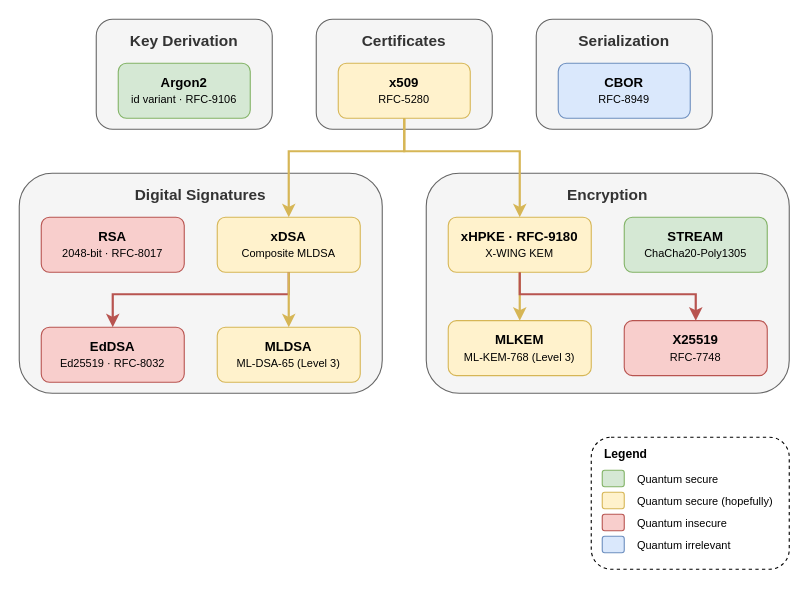
Earlier version of the draw.io diagram docs/overview.drawio (dark-bio/crypto-rs). Source tidied: cells renumbered, new cells numbered last; positions are measured from the earlier drawing's top-left corner, leaving out a move shared by most shapes. Both pictures are drawn from the tidied source at 110%, with x=0, y=0 at pixel (19, 19).
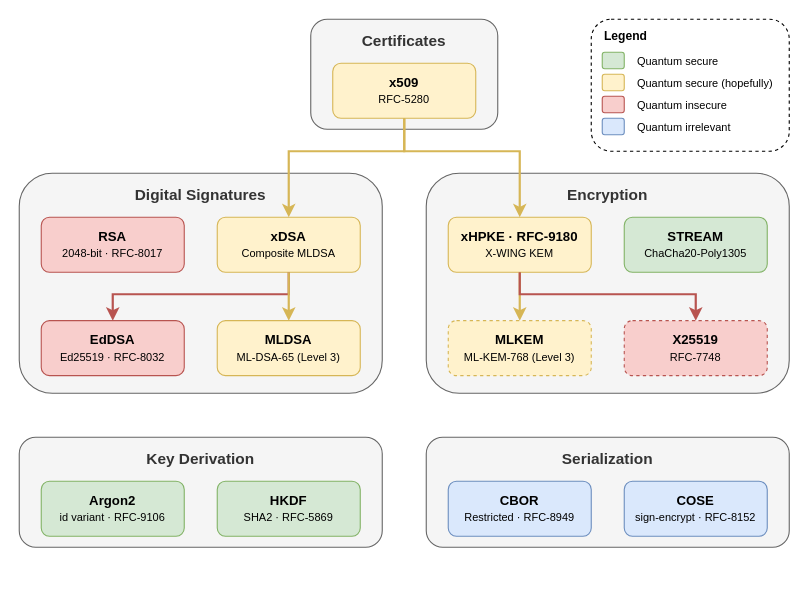
Above is the later version.

Commit message (it also covers changes not shown here):
hkdf: wrap the hash based key derivation too

What changed in the source:
```diff
@@
     <mxCell id="2" value="Certificates" style="rounded=1;whiteSpace=wrap;html=1;fillColor=#f5f5f5;strokeColor=#666666;verticalAlign=top;fontStyle=1;fontSize=14;spacingTop=5;shadow=0;fontColor=#333333;" parent="1" vertex="1">
-      <mxGeometry x="270" width="160" height="100" as="geometry" />
+      <mxGeometry x="265" width="170" height="100" as="geometry" />
     </mxCell>
     <mxCell id="3" value="&lt;b&gt;x509&lt;/b&gt;&lt;br&gt;&lt;font style=&quot;font-size:10px&quot;&gt;RFC-5280&lt;/font&gt;" style="rounded=1;whiteSpace=wrap;html=1;fillColor=#fff2cc;strokeColor=#d6b656;shadow=0;" parent="1" vertex="1">
-      <mxGeometry x="290" y="40" width="120" height="50" as="geometry" />
+      <mxGeometry x="285" y="40" width="130" height="50" as="geometry" />
     </mxCell>
@@
     <mxCell id="6" value="&lt;b&gt;EdDSA&lt;/b&gt;&lt;br&gt;&lt;font style=&quot;font-size:10px&quot;&gt;Ed25519 · RFC-8032&lt;/font&gt;" style="rounded=1;whiteSpace=wrap;html=1;fillColor=#f8cecc;strokeColor=#b85450;shadow=0;" parent="1" vertex="1">
-      <mxGeometry x="20" y="280" width="130" height="50" as="geometry" />
+      <mxGeometry x="20" y="274" width="130" height="50" as="geometry" />
     </mxCell>
     <mxCell id="7" value="&lt;b&gt;MLDSA&lt;/b&gt;&lt;br&gt;&lt;font style=&quot;font-size:10px&quot;&gt;ML-DSA-65 (Level 3)&lt;/font&gt;" style="rounded=1;whiteSpace=wrap;html=1;fillColor=#fff2cc;strokeColor=#d6b656;shadow=0;" parent="1" vertex="1">
-      <mxGeometry x="180" y="280" width="130" height="50" as="geometry" />
+      <mxGeometry x="180" y="274" width="130" height="50" as="geometry" />
     </mxCell>
@@
-    <mxCell id="11" value="&lt;b&gt;X25519&lt;/b&gt;&lt;br&gt;&lt;font style=&quot;font-size:10px&quot;&gt;RFC-7748&lt;/font&gt;" style="rounded=1;whiteSpace=wrap;html=1;fillColor=#f8cecc;strokeColor=#b85450;shadow=0;" parent="1" vertex="1">
+    <mxCell id="11" value="&lt;b&gt;X25519&lt;/b&gt;&lt;br&gt;&lt;font style=&quot;font-size:10px&quot;&gt;RFC-7748&lt;/font&gt;" style="rounded=1;whiteSpace=wrap;html=1;fillColor=#f8cecc;strokeColor=#b85450;shadow=0;dashed=1;" parent="1" vertex="1">
       <mxGeometry x="550" y="274" width="130" height="50" as="geometry" />
     </mxCell>
-    <mxCell id="12" value="&lt;b&gt;MLKEM&lt;/b&gt;&lt;br&gt;&lt;font style=&quot;font-size:10px&quot;&gt;ML-KEM-768 (Level 3)&lt;/font&gt;" style="rounded=1;whiteSpace=wrap;html=1;fillColor=#fff2cc;strokeColor=#d6b656;shadow=0;" parent="1" vertex="1">
+    <mxCell id="12" value="&lt;b&gt;MLKEM&lt;/b&gt;&lt;br&gt;&lt;font style=&quot;font-size:10px&quot;&gt;ML-KEM-768 (Level 3)&lt;/font&gt;" style="rounded=1;whiteSpace=wrap;html=1;fillColor=#fff2cc;strokeColor=#d6b656;shadow=0;dashed=1;" parent="1" vertex="1">
       <mxGeometry x="390" y="274" width="130" height="50" as="geometry" />
     </mxCell>
@@
     <mxCell id="14" value="Key Derivation" style="rounded=1;whiteSpace=wrap;html=1;fillColor=#f5f5f5;strokeColor=#666666;verticalAlign=top;fontStyle=1;fontSize=14;spacingTop=5;fontColor=#333333;shadow=0;" parent="1" vertex="1">
-      <mxGeometry x="70" width="160" height="100" as="geometry" />
+      <mxGeometry y="380" width="330" height="100" as="geometry" />
     </mxCell>
     <mxCell id="15" value="&lt;b&gt;Argon2&lt;/b&gt;&lt;br&gt;&lt;font style=&quot;font-size:10px&quot;&gt;id variant · RFC-9106&lt;/font&gt;" style="rounded=1;whiteSpace=wrap;html=1;fillColor=#d5e8d4;strokeColor=#82b366;shadow=0;" parent="1" vertex="1">
-      <mxGeometry x="90" y="40" width="120" height="50" as="geometry" />
+      <mxGeometry x="20" y="420" width="130" height="50" as="geometry" />
     </mxCell>
     <mxCell id="16" value="Serialization" style="rounded=1;whiteSpace=wrap;html=1;fillColor=#f5f5f5;strokeColor=#666666;verticalAlign=top;fontStyle=1;fontSize=14;spacingTop=5;fontColor=#333333;shadow=0;" parent="1" vertex="1">
-      <mxGeometry x="470" width="160" height="100" as="geometry" />
+      <mxGeometry x="370" y="380" width="330" height="100" as="geometry" />
     </mxCell>
-    <mxCell id="17" value="&lt;b&gt;CBOR&lt;/b&gt;&lt;br&gt;&lt;font style=&quot;font-size:10px&quot;&gt;RFC-8949&lt;/font&gt;" style="rounded=1;whiteSpace=wrap;html=1;fillColor=#dae8fc;strokeColor=#6c8ebf;shadow=0;" parent="1" vertex="1">
-      <mxGeometry x="490" y="40" width="120" height="50" as="geometry" />
+    <mxCell id="17" value="&lt;b&gt;CBOR&lt;/b&gt;&lt;br&gt;&lt;font style=&quot;font-size:10px&quot;&gt;Restricted&amp;nbsp;·&amp;nbsp;RFC-8949&lt;/font&gt;" style="rounded=1;whiteSpace=wrap;html=1;fillColor=#dae8fc;strokeColor=#6c8ebf;shadow=0;" parent="1" vertex="1">
+      <mxGeometry x="390" y="420" width="130" height="50" as="geometry" />
     </mxCell>
@@
     <mxCell id="24" style="rounded=1;whiteSpace=wrap;html=1;strokeWidth=1;dashed=1;" parent="1" vertex="1">
-      <mxGeometry x="520" y="380" width="180" height="120" as="geometry" />
+      <mxGeometry x="520" width="180" height="120" as="geometry" />
     </mxCell>
     <mxCell id="25" value="&lt;b&gt;Legend&lt;/b&gt;" style="text;html=1;strokeColor=none;fillColor=none;align=left;verticalAlign=middle;whiteSpace=wrap;rounded=0;fontSize=11;" parent="1" vertex="1">
-      <mxGeometry x="530" y="385" width="60" height="20" as="geometry" />
+      <mxGeometry x="530" y="5" width="60" height="20" as="geometry" />
     </mxCell>
     <mxCell id="26" style="rounded=1;whiteSpace=wrap;html=1;fillColor=#d5e8d4;strokeColor=#82b366;" parent="1" vertex="1">
-      <mxGeometry x="530" y="410" width="20" height="15" as="geometry" />
+      <mxGeometry x="530" y="30" width="20" height="15" as="geometry" />
     </mxCell>
     <mxCell id="27" value="Quantum secure" style="text;html=1;strokeColor=none;fillColor=none;align=left;verticalAlign=middle;whiteSpace=wrap;rounded=0;fontSize=10;" parent="1" vertex="1">
-      <mxGeometry x="560" y="410" width="80" height="15" as="geometry" />
+      <mxGeometry x="560" y="30" width="80" height="15" as="geometry" />
     </mxCell>
     <mxCell id="28" style="rounded=1;whiteSpace=wrap;html=1;fillColor=#f8cecc;strokeColor=#b85450;" parent="1" vertex="1">
-      <mxGeometry x="530" y="450" width="20" height="15" as="geometry" />
+      <mxGeometry x="530" y="70" width="20" height="15" as="geometry" />
     </mxCell>
     <mxCell id="29" value="Quantum insecure" style="text;html=1;strokeColor=none;fillColor=none;align=left;verticalAlign=middle;whiteSpace=wrap;rounded=0;fontSize=10;" parent="1" vertex="1">
-      <mxGeometry x="560" y="450" width="100" height="15" as="geometry" />
+      <mxGeometry x="560" y="70" width="100" height="15" as="geometry" />
     </mxCell>
     <mxCell id="30" style="rounded=1;whiteSpace=wrap;html=1;fillColor=#fff2cc;strokeColor=#d6b656;" parent="1" vertex="1">
-      <mxGeometry x="530" y="430" width="20" height="15" as="geometry" />
+      <mxGeometry x="530" y="50" width="20" height="15" as="geometry" />
     </mxCell>
     <mxCell id="31" value="Quantum secure (hopefully)" style="text;html=1;strokeColor=none;fillColor=none;align=left;verticalAlign=middle;whiteSpace=wrap;rounded=0;fontSize=10;" parent="1" vertex="1">
-      <mxGeometry x="560" y="430" width="130" height="15" as="geometry" />
+      <mxGeometry x="560" y="50" width="130" height="15" as="geometry" />
     </mxCell>
     <mxCell id="32" style="rounded=1;whiteSpace=wrap;html=1;fillColor=#dae8fc;strokeColor=#6c8ebf;" parent="1" vertex="1">
-      <mxGeometry x="530" y="470" width="20" height="15" as="geometry" />
+      <mxGeometry x="530" y="90" width="20" height="15" as="geometry" />
     </mxCell>
     <mxCell id="33" value="Quantum irrelevant" style="text;html=1;strokeColor=none;fillColor=none;align=left;verticalAlign=middle;whiteSpace=wrap;rounded=0;fontSize=10;" parent="1" vertex="1">
-      <mxGeometry x="560" y="470" width="100" height="15" as="geometry" />
+      <mxGeometry x="560" y="90" width="100" height="15" as="geometry" />
     </mxCell>
+    <mxCell id="34" value="&lt;b&gt;HKDF&lt;/b&gt;&lt;br&gt;&lt;span style=&quot;font-size: 10px;&quot;&gt;SHA2&lt;/span&gt;&lt;span style=&quot;font-size: 10px;&quot;&gt;&amp;nbsp;·&amp;nbsp;&lt;/span&gt;&lt;span style=&quot;font-size: 10px;&quot;&gt;RFC-5869&lt;/span&gt;" style="rounded=1;whiteSpace=wrap;html=1;fillColor=#d5e8d4;strokeColor=#82b366;shadow=0;" parent="1" vertex="1">
+      <mxGeometry x="180" y="420" width="130" height="50" as="geometry" />
+    </mxCell>
+    <mxCell id="35" value="&lt;b&gt;COSE&lt;/b&gt;&lt;br&gt;&lt;font style=&quot;font-size:10px&quot;&gt;sign-encrypt · RFC-&lt;/font&gt;&lt;span style=&quot;font-size: 10px;&quot;&gt;8152&lt;/span&gt;" style="rounded=1;whiteSpace=wrap;html=1;fillColor=#dae8fc;strokeColor=#6c8ebf;shadow=0;" parent="1" vertex="1">
+      <mxGeometry x="550" y="420" width="130" height="50" as="geometry" />
+    </mxCell>
```
